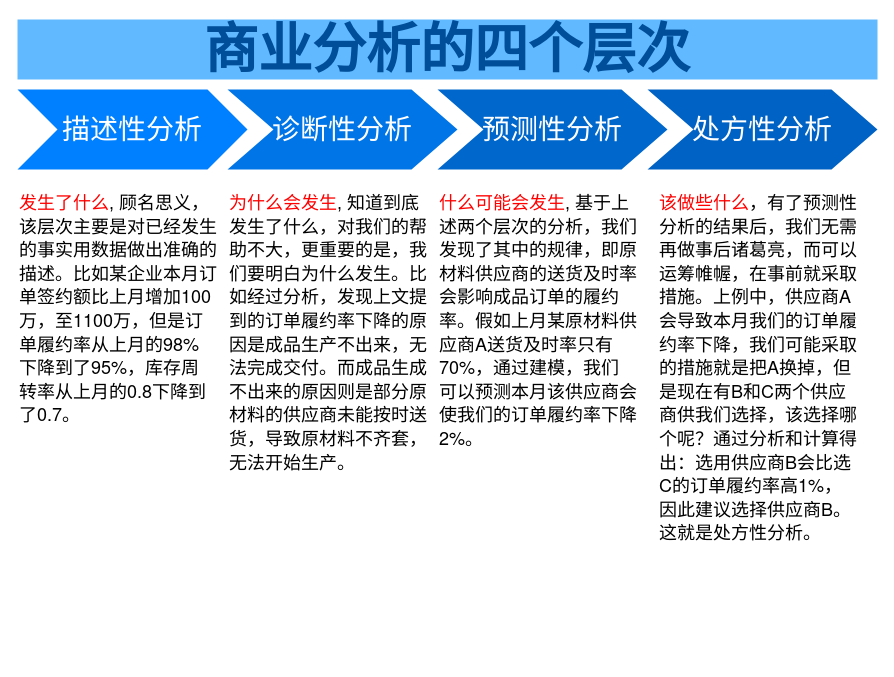
This is 商业分析的四个层次.drawio from hesiwei/diagrams, a draw.io file, before an edit. Source tidied: cells renumbered, new cells numbered last; positions are measured from the earlier drawing's top-left corner, leaving out a move shared by most shapes. Both pictures are drawn from the tidied source at 100%, with x=0, y=0 at pixel (17, 19).
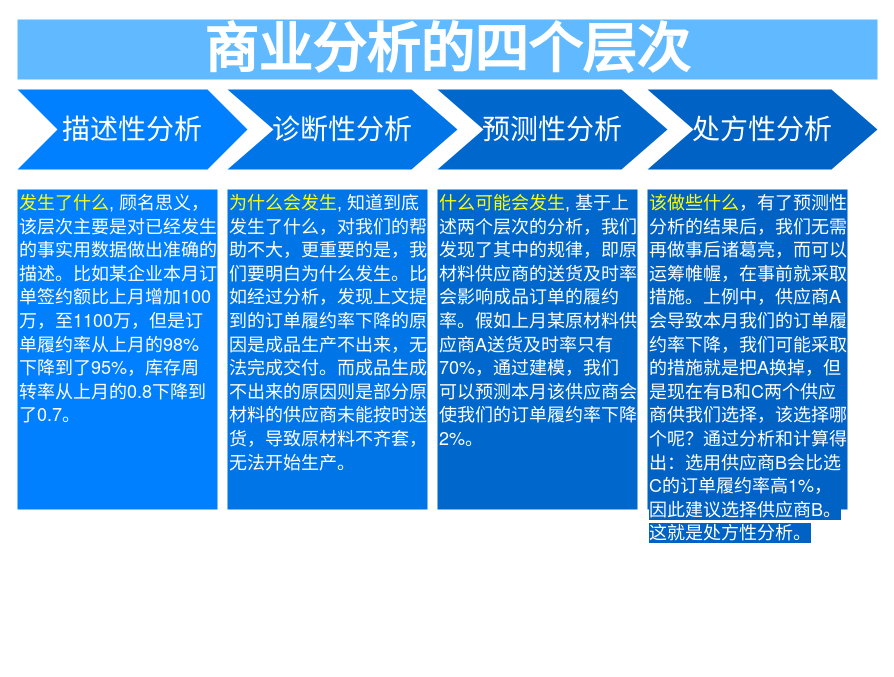
After the change.

Commit message:
Update 商业分析的四个层次.drawio

Diff of the diagram source:
```diff
@@
 <mxGraphModel background="#ffffff">
   <root>
     <mxCell id="0" />
     <mxCell id="1" parent="0" />
     <mxCell id="2" value="描述性分析" style="shape=step;whiteSpace=wrap;html=1;fontSize=28;fillColor=#0080FF;fontColor=#FFFFFF;strokeColor=none;size=0.17391304347826086;" parent="1" vertex="1">
       <mxGeometry y="70" width="230" height="80" as="geometry" />
     </mxCell>
     <mxCell id="3" value="诊断性分析" style="shape=step;whiteSpace=wrap;html=1;fontSize=28;fillColor=#0075E8;fontColor=#FFFFFF;strokeColor=none;" parent="1" vertex="1">
       <mxGeometry x="210" y="70" width="230" height="80" as="geometry" />
     </mxCell>
     <mxCell id="4" value="预测性分析" style="shape=step;whiteSpace=wrap;html=1;fontSize=28;fillColor=#0067CC;fontColor=#FFFFFF;strokeColor=none;" parent="1" vertex="1">
       <mxGeometry x="420" y="70" width="230" height="80" as="geometry" />
     </mxCell>
     <mxCell id="5" value="处方性分析" style="shape=step;whiteSpace=wrap;html=1;fontSize=28;fillColor=#0062C4;fontColor=#FFFFFF;strokeColor=none;" parent="1" vertex="1">
       <mxGeometry x="630" y="70" width="230" height="80" as="geometry" />
     </mxCell>
-    <mxCell id="6" value="商业分析的四个层次" style="text;html=1;strokeColor=none;fillColor=#61BAFF;align=center;verticalAlign=middle;whiteSpace=wrap;fontSize=54;fontStyle=1;fontColor=#004D99;" parent="1" vertex="1">
+    <mxCell id="6" value="&lt;font color=&quot;#ffffff&quot;&gt;商业分析的四个层次&lt;/font&gt;" style="text;html=1;strokeColor=none;fillColor=#61BAFF;align=center;verticalAlign=middle;whiteSpace=wrap;fontSize=54;fontStyle=1;fontColor=#004D99;" parent="1" vertex="1">
       <mxGeometry width="860" height="60" as="geometry" />
     </mxCell>
-    <mxCell id="7" value="&lt;font style=&quot;font-size: 18px&quot;&gt;&lt;span style=&quot;font-family: &amp;#34;pingfang sc&amp;#34; , &amp;#34;helvetica neue&amp;#34; , &amp;#34;helvetica&amp;#34; , &amp;#34;arial&amp;#34; , &amp;#34;microsoft yahei&amp;#34; , sans-serif ; text-align: justify ; background-color: rgb(255 , 255 , 255)&quot;&gt;&lt;font color=&quot;#ff0000&quot;&gt;发生了什么&lt;/font&gt;&lt;/span&gt;, 顾名思义，&lt;span style=&quot;font-family: &amp;#34;pingfang sc&amp;#34; , &amp;#34;helvetica neue&amp;#34; , &amp;#34;helvetica&amp;#34; , &amp;#34;arial&amp;#34; , &amp;#34;microsoft yahei&amp;#34; , sans-serif ; text-align: justify ; background-color: rgb(255 , 255 , 255)&quot;&gt;该层次主要是对已经发生的事实用数据做出准确的描述。比如某企业本月订单签约额比上月增加100万，至1100万，但是订单履约率从上月的98%下降到了95%，库存周转率从上月的0.8下降到了0.7。&lt;/span&gt;&lt;/font&gt;" style="text;spacingTop=-5;fillColor=#ffffff;whiteSpace=wrap;html=1;align=left;fontSize=12;fontFamily=Helvetica;fillColor=none;strokeColor=none;" parent="1" vertex="1">
+    <mxCell id="7" value="&lt;font style=&quot;font-size: 18px ; background-color: rgb(0 , 128 , 255)&quot;&gt;&lt;span style=&quot;font-family: &amp;#34;pingfang sc&amp;#34; , &amp;#34;helvetica neue&amp;#34; , &amp;#34;helvetica&amp;#34; , &amp;#34;arial&amp;#34; , &amp;#34;microsoft yahei&amp;#34; , sans-serif ; text-align: justify&quot;&gt;&lt;font color=&quot;#ffff00&quot;&gt;发生了什么&lt;/font&gt;&lt;/span&gt;&lt;font color=&quot;#ffffff&quot;&gt;, 顾名思义，&lt;span style=&quot;font-family: &amp;#34;pingfang sc&amp;#34; , &amp;#34;helvetica neue&amp;#34; , &amp;#34;helvetica&amp;#34; , &amp;#34;arial&amp;#34; , &amp;#34;microsoft yahei&amp;#34; , sans-serif ; text-align: justify&quot;&gt;该层次主要是对已经发生的事实用数据做出准确的描述。比如某企业本月订单签约额比上月增加100万，至1100万，但是订单履约率从上月的98%下降到了95%，库存周转率从上月的0.8下降到了0.7。&lt;/span&gt;&lt;/font&gt;&lt;/font&gt;" style="text;spacingTop=-5;whiteSpace=wrap;html=1;align=left;fontSize=12;fontFamily=Helvetica;strokeColor=none;fillColor=#0080FF;" parent="1" vertex="1">
       <mxGeometry y="170" width="200" height="320" as="geometry" />
     </mxCell>
-    <mxCell id="8" value="&lt;font style=&quot;font-size: 18px&quot;&gt;&lt;span style=&quot;font-family: &amp;#34;pingfang sc&amp;#34; , &amp;#34;helvetica neue&amp;#34; , &amp;#34;helvetica&amp;#34; , &amp;#34;arial&amp;#34; , &amp;#34;microsoft yahei&amp;#34; , sans-serif ; text-align: justify ; background-color: rgb(255 , 255 , 255)&quot;&gt;&lt;font color=&quot;#ff0000&quot;&gt;为什么会发生&lt;/font&gt;&lt;/span&gt;,&amp;nbsp;&lt;span style=&quot;font-family: &amp;#34;pingfang sc&amp;#34; , &amp;#34;helvetica neue&amp;#34; , &amp;#34;helvetica&amp;#34; , &amp;#34;arial&amp;#34; , &amp;#34;microsoft yahei&amp;#34; , sans-serif ; text-align: justify ; background-color: rgb(255 , 255 , 255)&quot;&gt;知道到底发生了什么，对我们的帮助不大，更重要的是，我们要明白为什么发生。比如经过分析，发现上文提到的订单履约率下降的原因是成品生产不出来，无法完成交付。而成品生成不出来的原因则是部分原材料的供应商未能按时送货，导致原材料不齐套，无法开始生产。&lt;/span&gt;&lt;/font&gt;" style="text;spacingTop=-5;fillColor=#ffffff;whiteSpace=wrap;html=1;align=left;fontSize=12;fontFamily=Helvetica;fillColor=none;strokeColor=none;" parent="1" vertex="1">
+    <mxCell id="8" value="&lt;font style=&quot;font-size: 18px ; background-color: rgb(0 , 117 , 232)&quot;&gt;&lt;span style=&quot;font-family: &amp;#34;pingfang sc&amp;#34; , &amp;#34;helvetica neue&amp;#34; , &amp;#34;helvetica&amp;#34; , &amp;#34;arial&amp;#34; , &amp;#34;microsoft yahei&amp;#34; , sans-serif ; text-align: justify&quot;&gt;&lt;font color=&quot;#ffff00&quot;&gt;为什么会发生&lt;/font&gt;&lt;/span&gt;&lt;font color=&quot;#ffffff&quot;&gt;,&amp;nbsp;&lt;span style=&quot;font-family: &amp;#34;pingfang sc&amp;#34; , &amp;#34;helvetica neue&amp;#34; , &amp;#34;helvetica&amp;#34; , &amp;#34;arial&amp;#34; , &amp;#34;microsoft yahei&amp;#34; , sans-serif ; text-align: justify&quot;&gt;知道到底发生了什么，对我们的帮助不大，更重要的是，我们要明白为什么发生。比如经过分析，发现上文提到的订单履约率下降的原因是成品生产不出来，无法完成交付。而成品生成不出来的原因则是部分原材料的供应商未能按时送货，导致原材料不齐套，无法开始生产。&lt;/span&gt;&lt;/font&gt;&lt;/font&gt;" style="text;spacingTop=-5;whiteSpace=wrap;html=1;align=left;fontSize=12;fontFamily=Helvetica;strokeColor=none;fillColor=#0075E8;" parent="1" vertex="1">
       <mxGeometry x="210" y="170" width="200" height="320" as="geometry" />
     </mxCell>
-    <mxCell id="9" value="&lt;font style=&quot;font-size: 18px&quot;&gt;&lt;span style=&quot;color: rgb(255 , 0 , 0) ; font-family: &amp;#34;pingfang sc&amp;#34; , &amp;#34;helvetica neue&amp;#34; , &amp;#34;helvetica&amp;#34; , &amp;#34;arial&amp;#34; , &amp;#34;microsoft yahei&amp;#34; , sans-serif ; text-align: justify ; background-color: rgb(255 , 255 , 255)&quot;&gt;什么可能会发生&lt;/span&gt;,&amp;nbsp;&lt;span style=&quot;font-family: &amp;#34;pingfang sc&amp;#34; , &amp;#34;helvetica neue&amp;#34; , &amp;#34;helvetica&amp;#34; , &amp;#34;arial&amp;#34; , &amp;#34;microsoft yahei&amp;#34; , sans-serif ; text-align: justify ; background-color: rgb(255 , 255 , 255)&quot;&gt;基于上述两个层次的分析，我们发现了其中的规律，即原材料供应商的送货及时率会影响成品订单的履约率。假如上月某原材料供应商A送货及时率只有70%，通过建模，我们可以预测本月该供应商会使我们的订单履约率下降2%。&lt;/span&gt;&lt;/font&gt;" style="text;spacingTop=-5;fillColor=#ffffff;whiteSpace=wrap;html=1;align=left;fontSize=12;fontFamily=Helvetica;fillColor=none;strokeColor=none;" parent="1" vertex="1">
+    <mxCell id="9" value="&lt;font style=&quot;font-size: 18px ; background-color: rgb(0 , 103 , 204)&quot;&gt;&lt;span style=&quot;font-family: &amp;#34;pingfang sc&amp;#34; , &amp;#34;helvetica neue&amp;#34; , &amp;#34;helvetica&amp;#34; , &amp;#34;arial&amp;#34; , &amp;#34;microsoft yahei&amp;#34; , sans-serif ; text-align: justify&quot;&gt;&lt;font color=&quot;#ffff00&quot;&gt;什么可能会发生&lt;/font&gt;&lt;/span&gt;&lt;font color=&quot;#ffffff&quot;&gt;,&amp;nbsp;&lt;span style=&quot;font-family: &amp;#34;pingfang sc&amp;#34; , &amp;#34;helvetica neue&amp;#34; , &amp;#34;helvetica&amp;#34; , &amp;#34;arial&amp;#34; , &amp;#34;microsoft yahei&amp;#34; , sans-serif ; text-align: justify&quot;&gt;基于上述两个层次的分析，我们发现了其中的规律，即原材料供应商的送货及时率会影响成品订单的履约率。假如上月某原材料供应商A送货及时率只有70%，通过建模，我们可以预测本月该供应商会使我们的订单履约率下降2%。&lt;/span&gt;&lt;/font&gt;&lt;/font&gt;" style="text;spacingTop=-5;whiteSpace=wrap;html=1;align=left;fontSize=12;fontFamily=Helvetica;strokeColor=none;fillColor=#0067cc;" parent="1" vertex="1">
       <mxGeometry x="420" y="170" width="200" height="320" as="geometry" />
     </mxCell>
-    <mxCell id="10" value="&lt;font style=&quot;font-size: 18px&quot;&gt;&lt;span style=&quot;font-family: &amp;#34;pingfang sc&amp;#34; , &amp;#34;helvetica neue&amp;#34; , &amp;#34;helvetica&amp;#34; , &amp;#34;arial&amp;#34; , &amp;#34;microsoft yahei&amp;#34; , sans-serif ; text-align: justify ; background-color: rgb(255 , 255 , 255)&quot;&gt;&lt;font color=&quot;#ff0000&quot;&gt;该做些什么&lt;/font&gt;，&lt;/span&gt;&lt;span style=&quot;font-family: &amp;#34;pingfang sc&amp;#34; , &amp;#34;helvetica neue&amp;#34; , &amp;#34;helvetica&amp;#34; , &amp;#34;arial&amp;#34; , &amp;#34;microsoft yahei&amp;#34; , sans-serif ; text-align: justify ; background-color: rgb(255 , 255 , 255)&quot;&gt;有了预测性分析的结果后，我们无需再做事后诸葛亮，而可以运筹帷幄，在事前就采取措施。上例中，供应商A会导致本月我们的订单履约率下降，我们可能采取的措施就是把A换掉，但是现在有B和C两个供应商供我们选择，该选择哪个呢？通过分析和计算得出：选用供应商B会比选C的订单履约率高1%，因此建议选择供应商B。这就是处方性分析。&lt;/span&gt;&lt;/font&gt;" style="text;spacingTop=-5;fillColor=#ffffff;whiteSpace=wrap;html=1;align=left;fontSize=12;fontFamily=Helvetica;fillColor=none;strokeColor=none;" parent="1" vertex="1">
-      <mxGeometry x="640" y="170" width="200" height="470" as="geometry" />
+    <mxCell id="10" value="&lt;font style=&quot;font-size: 18px ; background-color: rgb(0 , 98 , 196)&quot;&gt;&lt;span style=&quot;font-family: &amp;#34;pingfang sc&amp;#34; , &amp;#34;helvetica neue&amp;#34; , &amp;#34;helvetica&amp;#34; , &amp;#34;arial&amp;#34; , &amp;#34;microsoft yahei&amp;#34; , sans-serif ; text-align: justify&quot;&gt;&lt;font color=&quot;#ffff00&quot;&gt;该做些什么&lt;/font&gt;&lt;font color=&quot;#ffffff&quot;&gt;，&lt;/font&gt;&lt;/span&gt;&lt;span style=&quot;color: rgb(255 , 255 , 255) ; font-family: &amp;#34;pingfang sc&amp;#34; , &amp;#34;helvetica neue&amp;#34; , &amp;#34;helvetica&amp;#34; , &amp;#34;arial&amp;#34; , &amp;#34;microsoft yahei&amp;#34; , sans-serif ; text-align: justify&quot;&gt;有了预测性分析的结果后，我们无需再做事后诸葛亮，而可以运筹帷幄，在事前就采取措施。上例中，供应商A会导致本月我们的订单履约率下降，我们可能采取的措施就是把A换掉，但是现在有B和C两个供应商供我们选择，该选择哪个呢？通过分析和计算得出：选用供应商B会比选C的订单履约率高1%，因此建议选择供应商B。这就是处方性分析。&lt;/span&gt;&lt;/font&gt;" style="text;spacingTop=-5;whiteSpace=wrap;html=1;align=left;fontSize=12;fontFamily=Helvetica;strokeColor=none;fillColor=#0062C4;" parent="1" vertex="1">
+      <mxGeometry x="630" y="170" width="200" height="320" as="geometry" />
     </mxCell>
   </root>
 </mxGraphModel>
```
